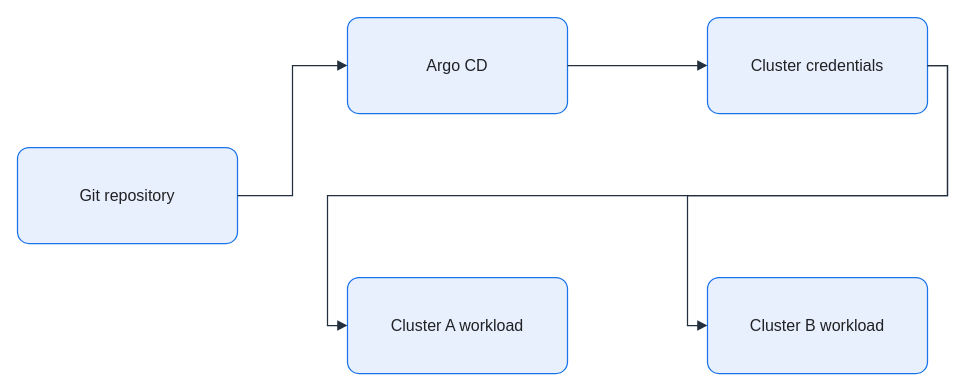
KKamJi98/kkamji98.github.io keeps this draw.io diagram as assets/img/ci-cd/argocd-multi-cluster-flow.drawio. Above is the earlier version. Source tidied: cells renumbered, new cells numbered last; positions are measured from the earlier drawing's top-left corner, leaving out a move shared by most shapes. Both pictures are drawn from the tidied source at 100%, with x=0, y=0 at pixel (17, 17).
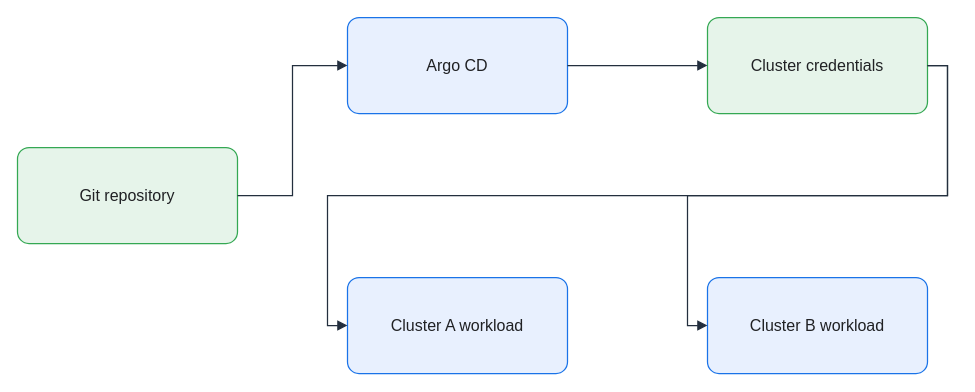
The same page after the edit.

Change to the diagram source:
```diff
@@
 <mxGraphModel background="#FFFFFF">
   <root>
     <mxCell id="0" />
     <mxCell id="1" parent="0" />
-    <mxCell id="2" value="Git repository" style="rounded=1;arcSize=12;whiteSpace=wrap;html=0;fillColor=#E8F0FE;strokeColor=#1A73E8;strokeWidth=1.25;fontColor=#202124;fontSize=16;align=center;verticalAlign=middle;spacing=8;shadow=0;" parent="1" vertex="1">
+    <mxCell id="2" value="Git repository" style="rounded=1;arcSize=12;whiteSpace=wrap;html=0;fillColor=#E6F4EA;strokeColor=#34A853;strokeWidth=1.25;fontColor=#202124;fontSize=16;align=center;verticalAlign=middle;spacing=8;shadow=0;" parent="1" vertex="1">
       <mxGeometry y="130" width="220" height="96" as="geometry" />
     </mxCell>
     <mxCell id="3" value="Argo CD" style="rounded=1;arcSize=12;whiteSpace=wrap;html=0;fillColor=#E8F0FE;strokeColor=#1A73E8;strokeWidth=1.25;fontColor=#202124;fontSize=16;align=center;verticalAlign=middle;spacing=8;shadow=0;" parent="1" vertex="1">
       <mxGeometry x="330" width="220" height="96" as="geometry" />
     </mxCell>
-    <mxCell id="4" value="Cluster credentials" style="rounded=1;arcSize=12;whiteSpace=wrap;html=0;fillColor=#E8F0FE;strokeColor=#1A73E8;strokeWidth=1.25;fontColor=#202124;fontSize=16;align=center;verticalAlign=middle;spacing=8;shadow=0;" parent="1" vertex="1">
+    <mxCell id="4" value="Cluster credentials" style="rounded=1;arcSize=12;whiteSpace=wrap;html=0;fillColor=#E6F4EA;strokeColor=#34A853;strokeWidth=1.25;fontColor=#202124;fontSize=16;align=center;verticalAlign=middle;spacing=8;shadow=0;" parent="1" vertex="1">
       <mxGeometry x="690" width="220" height="96" as="geometry" />
     </mxCell>
     <mxCell id="5" value="Cluster A workload" style="rounded=1;arcSize=12;whiteSpace=wrap;html=0;fillColor=#E8F0FE;strokeColor=#1A73E8;strokeWidth=1.25;fontColor=#202124;fontSize=16;align=center;verticalAlign=middle;spacing=8;shadow=0;" parent="1" vertex="1">
       <mxGeometry x="330" y="260" width="220" height="96" as="geometry" />
     </mxCell>
     <mxCell id="6" value="Cluster B workload" style="rounded=1;arcSize=12;whiteSpace=wrap;html=0;fillColor=#E8F0FE;strokeColor=#1A73E8;strokeWidth=1.25;fontColor=#202124;fontSize=16;align=center;verticalAlign=middle;spacing=8;shadow=0;" parent="1" vertex="1">
       <mxGeometry x="690" y="260" width="220" height="96" as="geometry" />
     </mxCell>
     <mxCell id="7" style="edgeStyle=orthogonalEdgeStyle;rounded=0;jettySize=auto;html=0;endArrow=block;endFill=1;strokeColor=#232F3E;strokeWidth=1.25;fontColor=#202124;labelBackgroundColor=none;exitX=1;exitY=0.5;exitDx=0;exitDy=0;entryX=0;entryY=0.5;entryDx=0;entryDy=0;endSize=7;" parent="1" edge="1" source="2" target="3">
       <mxGeometry relative="1" as="geometry" />
     </mxCell>
     <mxCell id="8" style="edgeStyle=orthogonalEdgeStyle;rounded=0;jettySize=auto;html=0;endArrow=block;endFill=1;strokeColor=#232F3E;strokeWidth=1.25;fontColor=#202124;labelBackgroundColor=none;exitX=1;exitY=0.5;exitDx=0;exitDy=0;entryX=0;entryY=0.5;entryDx=0;entryDy=0;endSize=7;" parent="1" edge="1" source="3" target="4">
       <mxGeometry relative="1" as="geometry" />
     </mxCell>
     <mxCell id="9" style="edgeStyle=orthogonalEdgeStyle;rounded=0;jettySize=auto;html=0;endArrow=block;endFill=1;strokeColor=#232F3E;strokeWidth=1.25;fontColor=#202124;labelBackgroundColor=none;exitX=1;exitY=0.5;exitDx=0;exitDy=0;entryX=0;entryY=0.5;entryDx=0;entryDy=0;endSize=7;" parent="1" edge="1" source="4" target="5">
       <mxGeometry relative="1" as="geometry" />
     </mxCell>
     <mxCell id="10" style="edgeStyle=orthogonalEdgeStyle;rounded=0;jettySize=auto;html=0;endArrow=block;endFill=1;strokeColor=#232F3E;strokeWidth=1.25;fontColor=#202124;labelBackgroundColor=none;exitX=1;exitY=0.5;exitDx=0;exitDy=0;entryX=0;entryY=0.5;entryDx=0;entryDy=0;endSize=7;" parent="1" edge="1" source="4" target="6">
       <mxGeometry relative="1" as="geometry" />
     </mxCell>
   </root>
 </mxGraphModel>
```
